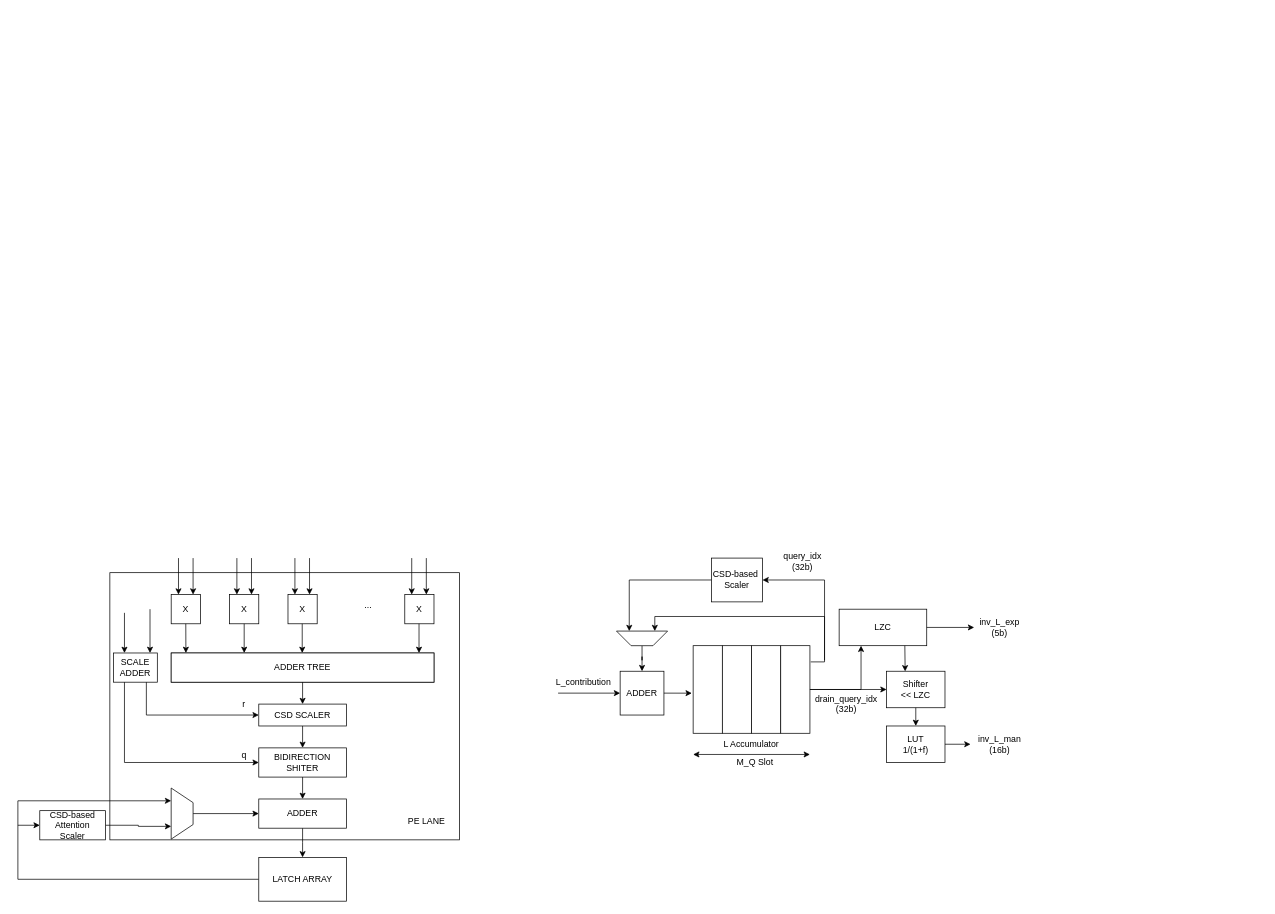
Before: page "Page-5" (5 of 5) of block_diagram.drawio in DTN-Stu/NPU_LOG, a draw.io diagram. Source tidied: cells renumbered, new cells numbered last; positions are measured from the earlier drawing's top-left corner, leaving out a move shared by most shapes. Both pictures are drawn from the tidied source at 73%, with x=0, y=0 at pixel (18, 550).
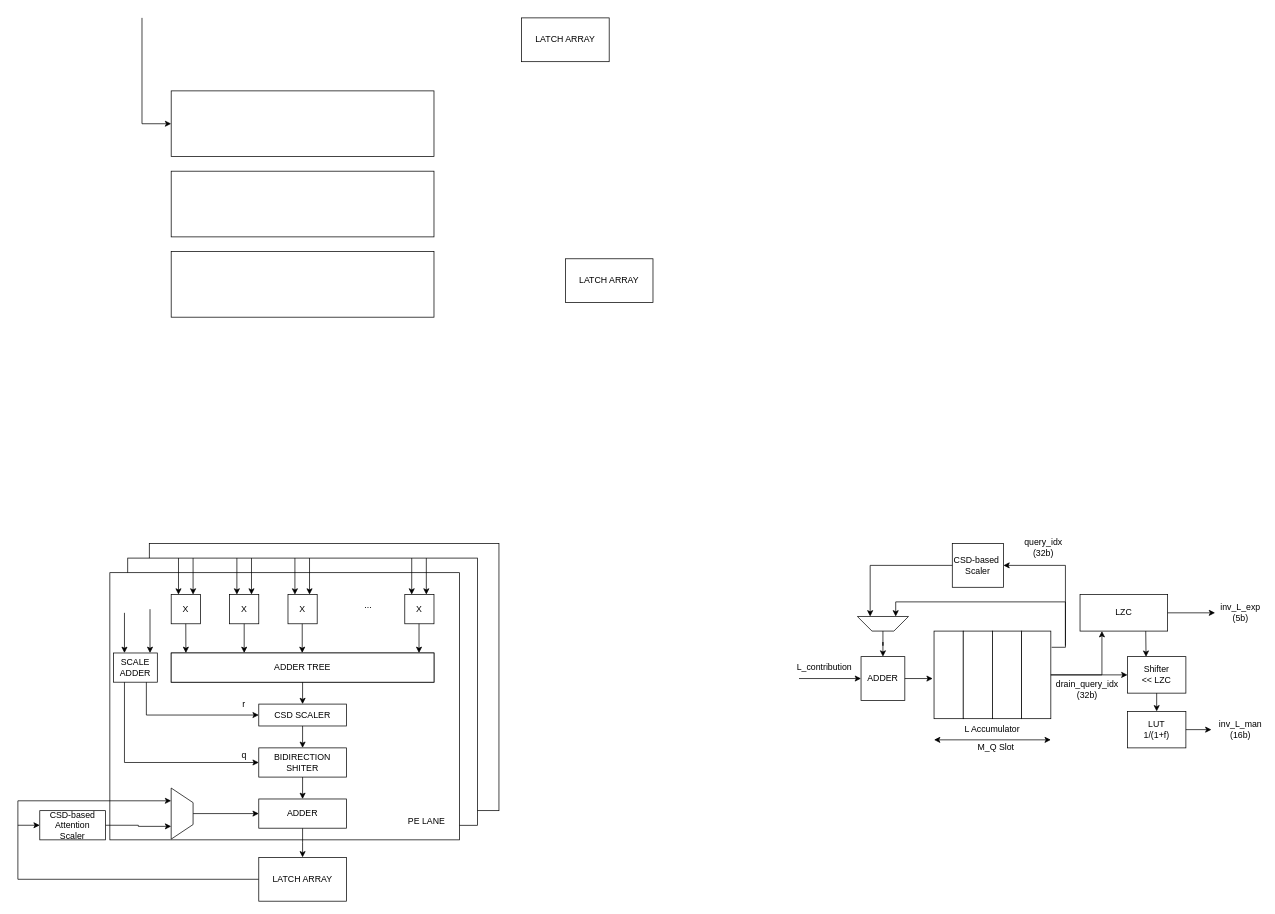
The same diagram, later.

Unchanged cells that the change refers to:
```xml
<mxCell id="59" style="rounded=0;whiteSpace=wrap;html=1;rotation=-90;" parent="55" vertex="1">
  <mxGeometry x="60" y="60" width="120" height="40" as="geometry" />
</mxCell>
```

Diff of the diagram source:
```diff
@@
+    <mxCell id="75" style="rounded=0;whiteSpace=wrap;html=1;" parent="1" vertex="1">
+      <mxGeometry x="180" y="-10" width="479" height="366" as="geometry" />
+    </mxCell>
+    <mxCell id="76" style="rounded=0;whiteSpace=wrap;html=1;" parent="1" vertex="1">
+      <mxGeometry x="150.5" y="10" width="479" height="366" as="geometry" />
+    </mxCell>
@@
     <mxCell id="44" style="endArrow=classic;startArrow=classic;html=1;rounded=0;defaultLabelBackgroundColor=page;" parent="1" edge="1">
       <mxGeometry relative="1" as="geometry">
-        <mxPoint x="925" y="279" as="sourcePoint" />
-        <mxPoint x="1085" y="279" as="targetPoint" />
+        <mxPoint x="1255" y="259" as="sourcePoint" />
+        <mxPoint x="1415" y="259" as="targetPoint" />
       </mxGeometry>
     </mxCell>
     <mxCell id="45" value="M_Q Slot" style="text;html=1;whiteSpace=wrap;strokeColor=none;fillColor=none;align=center;verticalAlign=middle;rounded=0;" parent="1" vertex="1">
-      <mxGeometry x="975" y="280" width="70" height="20" as="geometry" />
+      <mxGeometry x="1305" y="260" width="70" height="20" as="geometry" />
     </mxCell>
     <mxCell id="46" value="ADDER" style="rounded=0;whiteSpace=wrap;html=1;" parent="1" vertex="1">
-      <mxGeometry x="825" y="165" width="60" height="60" as="geometry" />
+      <mxGeometry x="1155" y="145" width="60" height="60" as="geometry" />
     </mxCell>
     <mxCell id="47" value="LZC" style="rounded=0;whiteSpace=wrap;html=1;" parent="1" vertex="1">
-      <mxGeometry x="1125" y="80" width="120" height="50" as="geometry" />
+      <mxGeometry x="1455" y="60" width="120" height="50" as="geometry" />
     </mxCell>
     <mxCell id="48" value="L Accumulator" style="text;html=1;whiteSpace=wrap;strokeColor=none;fillColor=none;align=center;verticalAlign=middle;rounded=0;" parent="1" vertex="1">
-      <mxGeometry x="950" y="250" width="110" height="30" as="geometry" />
+      <mxGeometry x="1280" y="230" width="110" height="30" as="geometry" />
     </mxCell>
     <mxCell id="49" value="Shifter&lt;div&gt;&amp;lt;&amp;lt; LZC&lt;/div&gt;" style="rounded=0;whiteSpace=wrap;html=1;" parent="1" vertex="1">
-      <mxGeometry x="1190" y="165" width="80" height="50" as="geometry" />
+      <mxGeometry x="1520" y="145" width="80" height="50" as="geometry" />
     </mxCell>
@@
     <mxCell id="51" style="endArrow=classic;html=1;rounded=0;defaultLabelBackgroundColor=page;exitX=1;exitY=0.5;exitDx=0;exitDy=0;" parent="1" edge="1" source="47">
       <mxGeometry relative="1" as="geometry">
-        <mxPoint x="1310" y="105" as="targetPoint" />
+        <mxPoint x="1640" y="85" as="targetPoint" />
       </mxGeometry>
     </mxCell>
     <mxCell id="52" value="inv_L_exp&lt;div&gt;(5b)&lt;/div&gt;" style="text;html=1;whiteSpace=wrap;strokeColor=none;fillColor=none;align=center;verticalAlign=middle;rounded=0;" parent="1" vertex="1">
-      <mxGeometry x="1315" y="90" width="60" height="30" as="geometry" />
+      <mxGeometry x="1645" y="70" width="60" height="30" as="geometry" />
     </mxCell>
     <mxCell id="53" value="L_contribution" style="text;html=1;whiteSpace=wrap;strokeColor=none;fillColor=none;align=center;verticalAlign=middle;rounded=0;" parent="1" vertex="1">
-      <mxGeometry x="745" y="165" width="60" height="30" as="geometry" />
+      <mxGeometry x="1075" y="145" width="60" height="30" as="geometry" />
     </mxCell>
     <mxCell id="54" style="endArrow=classic;html=1;rounded=0;defaultLabelBackgroundColor=page;entryX=0;entryY=0.5;entryDx=0;entryDy=0;exitX=0;exitY=1;exitDx=0;exitDy=0;" parent="1" edge="1">
       <mxGeometry relative="1" as="geometry">
-        <mxPoint x="740" y="195" as="sourcePoint" />
-        <mxPoint x="825" y="195" as="targetPoint" />
+        <mxPoint x="1070" y="175" as="sourcePoint" />
+        <mxPoint x="1155" y="175" as="targetPoint" />
       </mxGeometry>
     </mxCell>
     <mxCell id="55" style="group;rotation=-90;" parent="1" vertex="1">
-      <mxGeometry x="945" y="110" width="120" height="160" as="geometry" />
+      <mxGeometry x="1275" y="90" width="120" height="160" as="geometry" />
     </mxCell>
@@
     <mxCell id="61" style="endArrow=classic;html=1;rounded=0;defaultLabelBackgroundColor=page;exitX=0.5;exitY=1;exitDx=0;exitDy=0;entryX=0.25;entryY=1;entryDx=0;entryDy=0;" parent="1" edge="1" source="59" target="47">
       <mxGeometry relative="1" as="geometry">
         <Array as="points">
-          <mxPoint x="1155" y="190" />
+          <mxPoint x="1485" y="170" />
         </Array>
       </mxGeometry>
     </mxCell>
@@
     <mxCell id="63" value="CSD-based&amp;nbsp;&lt;div&gt;Scaler&lt;/div&gt;" style="rounded=0;whiteSpace=wrap;html=1;" parent="1" vertex="1">
-      <mxGeometry x="950" y="10" width="70" height="60" as="geometry" />
+      <mxGeometry x="1280" y="-10" width="70" height="60" as="geometry" />
     </mxCell>
     <mxCell id="64" value="LUT&lt;div&gt;1/(1+f)&lt;/div&gt;" style="rounded=0;whiteSpace=wrap;html=1;" parent="1" vertex="1">
-      <mxGeometry x="1190" y="240" width="80" height="50" as="geometry" />
+      <mxGeometry x="1520" y="220" width="80" height="50" as="geometry" />
     </mxCell>
     <mxCell id="65" style="endArrow=classic;html=1;rounded=0;defaultLabelBackgroundColor=page;exitX=1;exitY=0.5;exitDx=0;exitDy=0;" parent="1" edge="1" source="64">
       <mxGeometry relative="1" as="geometry">
-        <mxPoint x="1305" y="265" as="targetPoint" />
+        <mxPoint x="1635" y="245" as="targetPoint" />
       </mxGeometry>
     </mxCell>
     <mxCell id="66" value="inv_L_man&lt;div&gt;(16b)&lt;/div&gt;" style="text;html=1;whiteSpace=wrap;strokeColor=none;fillColor=none;align=center;verticalAlign=middle;rounded=0;" parent="1" vertex="1">
-      <mxGeometry x="1315" y="250" width="60" height="30" as="geometry" />
+      <mxGeometry x="1645" y="230" width="60" height="30" as="geometry" />
     </mxCell>
@@
     <mxCell id="69" style="shape=trapezoid;perimeter=trapezoidPerimeter;whiteSpace=wrap;html=1;shapeInside=1;fixedSize=1;rotation=-180;" parent="1" vertex="1">
-      <mxGeometry x="820" y="110" width="70" height="20" as="geometry" />
+      <mxGeometry x="1150" y="90" width="70" height="20" as="geometry" />
     </mxCell>
     <mxCell id="70" style="endArrow=classic;html=1;rounded=0;defaultLabelBackgroundColor=page;exitX=0.815;exitY=1.027;exitDx=0;exitDy=0;exitPerimeter=0;entryX=0.25;entryY=1;entryDx=0;entryDy=0;" parent="1" edge="1" source="59" target="69">
       <mxGeometry x="0.01" relative="1" as="geometry">
         <Array as="points">
-          <mxPoint x="1105" y="152.2" />
-          <mxPoint x="1105" y="90" />
-          <mxPoint x="872.5" y="90" />
+          <mxPoint x="1435" y="132.2" />
+          <mxPoint x="1435" y="70" />
+          <mxPoint x="1202.5" y="70" />
         </Array>
       </mxGeometry>
     </mxCell>
     <mxCell id="71" style="endArrow=classic;html=1;rounded=0;defaultLabelBackgroundColor=page;entryX=1;entryY=0.5;entryDx=0;entryDy=0;" parent="1" edge="1" target="63">
       <mxGeometry relative="1" as="geometry">
-        <mxPoint x="1105" y="150" as="sourcePoint" />
+        <mxPoint x="1435" y="130" as="sourcePoint" />
         <Array as="points">
-          <mxPoint x="1105" y="40" />
+          <mxPoint x="1435" y="20" />
         </Array>
       </mxGeometry>
     </mxCell>
     <mxCell id="72" style="endArrow=classic;html=1;rounded=0;defaultLabelBackgroundColor=page;exitX=0;exitY=0.5;exitDx=0;exitDy=0;entryX=0.75;entryY=1;entryDx=0;entryDy=0;" parent="1" edge="1" source="63" target="69">
       <mxGeometry relative="1" as="geometry">
         <Array as="points">
-          <mxPoint x="837.5" y="40" />
+          <mxPoint x="1167.5" y="20" />
         </Array>
       </mxGeometry>
     </mxCell>
     <mxCell id="73" value="query_idx (32b)" style="text;html=1;whiteSpace=wrap;strokeColor=none;fillColor=none;align=center;verticalAlign=middle;rounded=0;" parent="1" vertex="1">
-      <mxGeometry x="1045" width="60" height="30" as="geometry" />
+      <mxGeometry x="1375" y="-20" width="60" height="30" as="geometry" />
     </mxCell>
     <mxCell id="74" value="drain_query_idx (32b)" style="text;html=1;whiteSpace=wrap;strokeColor=none;fillColor=none;align=center;verticalAlign=middle;rounded=0;" parent="1" vertex="1">
-      <mxGeometry x="1105" y="195" width="60" height="30" as="geometry" />
+      <mxGeometry x="1435" y="175" width="60" height="30" as="geometry" />
     </mxCell>
+    <mxCell id="77" style="rounded=0;whiteSpace=wrap;html=1;" parent="1" vertex="1">
+      <mxGeometry x="210" y="-630" width="360" height="90" as="geometry" />
+    </mxCell>
+    <mxCell id="78" style="rounded=0;whiteSpace=wrap;html=1;" parent="1" vertex="1">
+      <mxGeometry x="210" y="-520" width="360" height="90" as="geometry" />
+    </mxCell>
+    <mxCell id="79" style="rounded=0;whiteSpace=wrap;html=1;" parent="1" vertex="1">
+      <mxGeometry x="210" y="-410" width="360" height="90" as="geometry" />
+    </mxCell>
+    <mxCell id="80" style="endArrow=classic;html=1;rounded=0;defaultLabelBackgroundColor=page;entryX=0;entryY=0.5;entryDx=0;entryDy=0;" parent="1" edge="1" target="77">
+      <mxGeometry relative="1" as="geometry">
+        <mxPoint x="170" y="-730" as="sourcePoint" />
+        <Array as="points">
+          <mxPoint x="170" y="-585" />
+        </Array>
+      </mxGeometry>
+    </mxCell>
+    <mxCell id="81" value="LATCH ARRAY" style="rounded=0;whiteSpace=wrap;html=1;" parent="1" vertex="1">
+      <mxGeometry x="750" y="-400" width="120" height="60" as="geometry" />
+    </mxCell>
+    <mxCell id="82" value="LATCH ARRAY" style="rounded=0;whiteSpace=wrap;html=1;" parent="1" vertex="1">
+      <mxGeometry x="690" y="-730" width="120" height="60" as="geometry" />
+    </mxCell>
```
